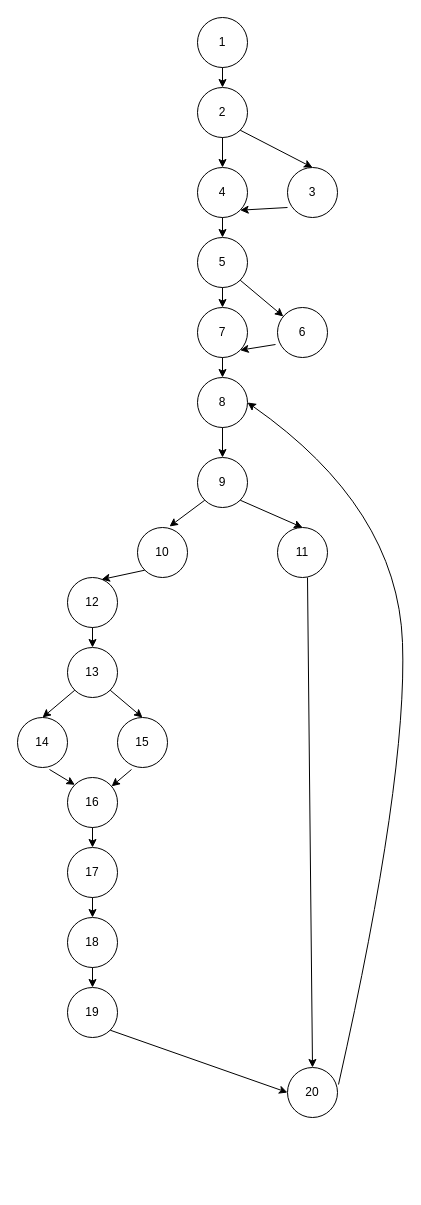
Earlier version of the draw.io diagram CFG_java.drawio (AnitaNikolovska/SI_2022_lab2_151163). Source tidied: cells renumbered, new cells numbered last; positions are measured from the earlier drawing's top-left corner, leaving out a move shared by most shapes. Both pictures are drawn from the tidied source at 100%, with x=0, y=0 at pixel (17, 17).
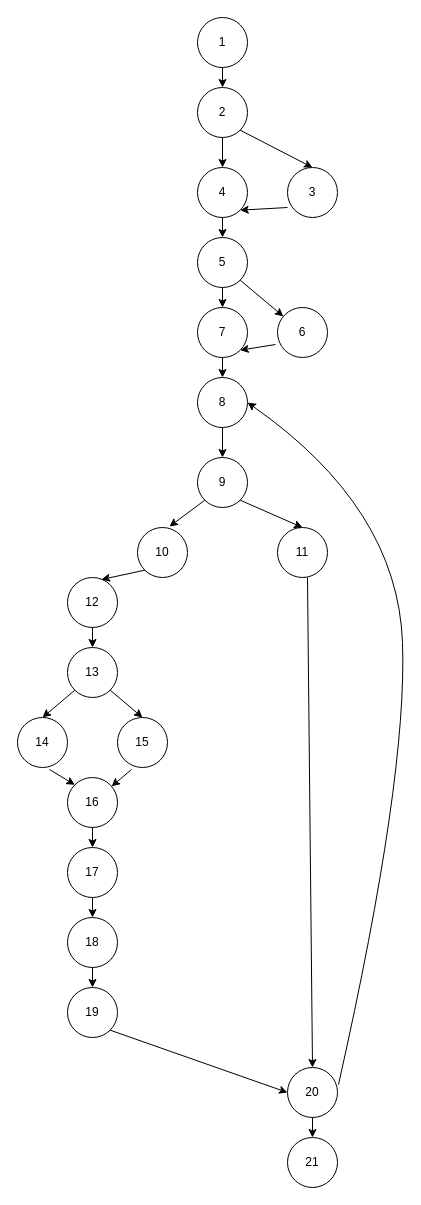
The same page after the edit.

The change refers to these unchanged cells:
```xml
<mxCell id="25" value="20" style="ellipse;whiteSpace=wrap;html=1;" parent="1" vertex="1">
  <mxGeometry x="270" y="1050" width="50" height="50" as="geometry" />
</mxCell>
```

Diff of the diagram source:
```diff
@@
+    <mxCell id="46" value="21" style="ellipse;whiteSpace=wrap;html=1;" parent="1" vertex="1">
+      <mxGeometry x="270" y="1120" width="50" height="50" as="geometry" />
+    </mxCell>
+    <mxCell id="47" style="endArrow=classic;html=1;rounded=0;exitX=0.5;exitY=1;exitDx=0;exitDy=0;entryX=0.5;entryY=0;entryDx=0;entryDy=0;" parent="1" edge="1" source="25" target="46">
+      <mxGeometry relative="1" as="geometry" />
+    </mxCell>
```
